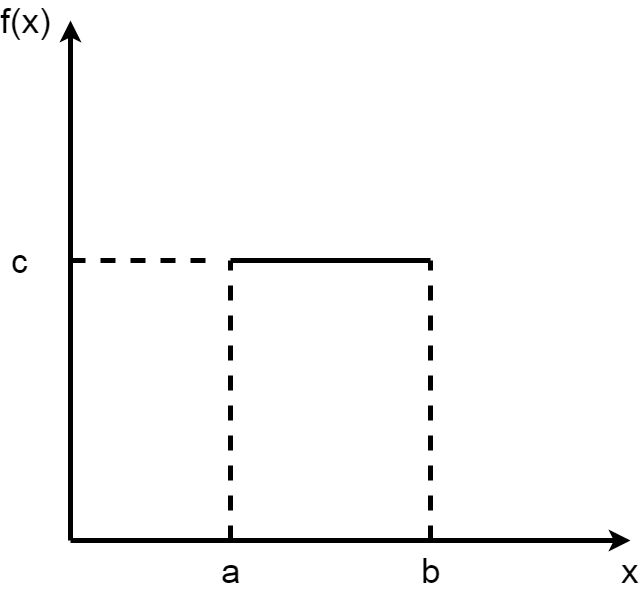
Above: Gr.png in ArseniyIFMO/TEX (draw.io), before the change. Source tidied: cells renumbered, new cells last; positions are measured from the earlier drawing's top-left corner, leaving out a move shared by most shapes. Its diagram source:
```xml
<mxGraphModel>
  <root>
    <mxCell id="0" />
    <mxCell id="1" parent="0" />
    <mxCell id="2" style="endArrow=classic;html=1;fontSize=35;strokeWidth=5;" parent="1" edge="1">
      <mxGeometry relative="1" as="geometry">
        <mxPoint x="60" y="530" as="sourcePoint" />
        <mxPoint x="60" y="10" as="targetPoint" />
      </mxGeometry>
    </mxCell>
    <mxCell id="3" style="endArrow=classic;html=1;fontSize=35;strokeWidth=5;" parent="1" edge="1">
      <mxGeometry relative="1" as="geometry">
        <mxPoint x="60" y="530" as="sourcePoint" />
        <mxPoint x="620" y="530" as="targetPoint" />
      </mxGeometry>
    </mxCell>
    <mxCell id="4" style="endArrow=none;html=1;fontSize=35;strokeWidth=5;" parent="1" edge="1">
      <mxGeometry relative="1" as="geometry">
        <mxPoint x="220" y="250" as="sourcePoint" />
        <mxPoint x="420" y="250" as="targetPoint" />
      </mxGeometry>
    </mxCell>
    <mxCell id="5" style="endArrow=none;dashed=1;html=1;jumpSize=12;fontSize=35;strokeWidth=5;" parent="1" edge="1">
      <mxGeometry relative="1" as="geometry">
        <mxPoint x="220" y="530" as="sourcePoint" />
        <mxPoint x="220" y="250" as="targetPoint" />
      </mxGeometry>
    </mxCell>
    <mxCell id="6" style="endArrow=none;dashed=1;html=1;fontSize=35;strokeWidth=5;" parent="1" edge="1">
      <mxGeometry relative="1" as="geometry">
        <mxPoint x="420" y="530" as="sourcePoint" />
        <mxPoint x="420" y="250" as="targetPoint" />
      </mxGeometry>
    </mxCell>
    <mxCell id="7" style="endArrow=none;dashed=1;html=1;jumpSize=12;fontSize=35;strokeWidth=5;" parent="1" edge="1">
      <mxGeometry relative="1" as="geometry">
        <mxPoint x="60" y="250" as="sourcePoint" />
        <mxPoint x="210" y="250" as="targetPoint" />
      </mxGeometry>
    </mxCell>
    <mxCell id="8" value="a" style="text;html=1;align=center;verticalAlign=middle;fillColor=none;strokeColor=none;rounded=0;fontSize=35;strokeWidth=5;" parent="1" vertex="1">
      <mxGeometry x="210" y="550" width="20" height="20" as="geometry" />
    </mxCell>
    <mxCell id="9" value="b" style="text;html=1;align=center;verticalAlign=middle;fillColor=none;strokeColor=none;rounded=0;fontSize=35;strokeWidth=5;" parent="1" vertex="1">
      <mxGeometry x="410" y="550" width="20" height="20" as="geometry" />
    </mxCell>
    <mxCell id="10" value="c" style="text;html=1;align=center;verticalAlign=middle;fillColor=none;strokeColor=none;rounded=0;fontSize=35;strokeWidth=5;" parent="1" vertex="1">
      <mxGeometry y="240" width="20" height="20" as="geometry" />
    </mxCell>
    <mxCell id="11" value="x" style="text;html=1;align=center;verticalAlign=middle;fillColor=none;strokeColor=none;rounded=0;fontSize=35;" parent="1" vertex="1">
      <mxGeometry x="610" y="550" width="20" height="20" as="geometry" />
    </mxCell>
    <mxCell id="12" value="f(x)" style="text;html=1;align=center;verticalAlign=middle;fillColor=none;strokeColor=none;rounded=0;fontSize=35;strokeWidth=5;" parent="1" vertex="1">
      <mxGeometry width="30" height="20" as="geometry" />
    </mxCell>
  </root>
</mxGraphModel>
```
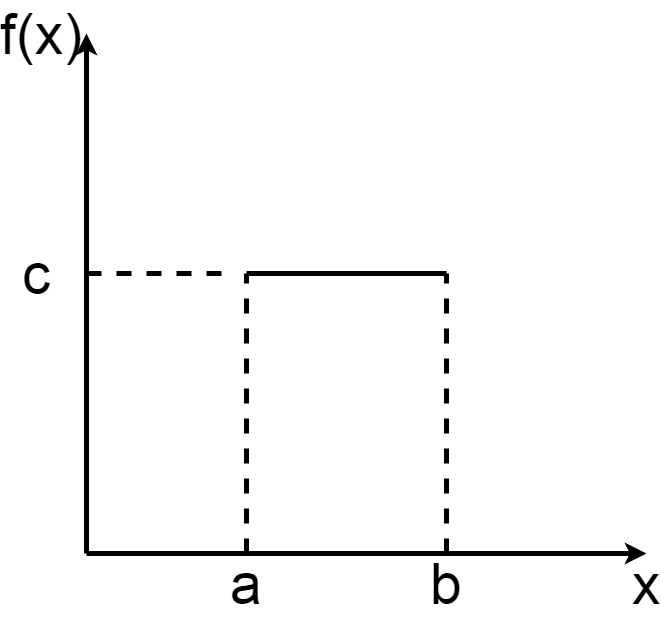
After the change.

Change to the diagram source:
```diff
@@ -38,19 +38,19 @@
         <mxPoint x="210" y="250" as="targetPoint" />
       </mxGeometry>
     </mxCell>
-    <mxCell id="8" value="a" style="text;html=1;align=center;verticalAlign=middle;fillColor=none;strokeColor=none;rounded=0;fontSize=35;strokeWidth=5;" parent="1" vertex="1">
+    <mxCell id="8" value="a" style="text;html=1;align=center;verticalAlign=middle;fillColor=none;strokeColor=none;rounded=0;fontSize=57;strokeWidth=5;" parent="1" vertex="1">
       <mxGeometry x="210" y="550" width="20" height="20" as="geometry" />
     </mxCell>
-    <mxCell id="9" value="b" style="text;html=1;align=center;verticalAlign=middle;fillColor=none;strokeColor=none;rounded=0;fontSize=35;strokeWidth=5;" parent="1" vertex="1">
+    <mxCell id="9" value="b" style="text;html=1;align=center;verticalAlign=middle;fillColor=none;strokeColor=none;rounded=0;fontSize=57;strokeWidth=5;" parent="1" vertex="1">
       <mxGeometry x="410" y="550" width="20" height="20" as="geometry" />
     </mxCell>
-    <mxCell id="10" value="c" style="text;html=1;align=center;verticalAlign=middle;fillColor=none;strokeColor=none;rounded=0;fontSize=35;strokeWidth=5;" parent="1" vertex="1">
+    <mxCell id="10" value="c" style="text;html=1;align=center;verticalAlign=middle;fillColor=none;strokeColor=none;rounded=0;fontSize=57;strokeWidth=5;" parent="1" vertex="1">
       <mxGeometry y="240" width="20" height="20" as="geometry" />
     </mxCell>
-    <mxCell id="11" value="x" style="text;html=1;align=center;verticalAlign=middle;fillColor=none;strokeColor=none;rounded=0;fontSize=35;" parent="1" vertex="1">
+    <mxCell id="11" value="x" style="text;html=1;align=center;verticalAlign=middle;fillColor=none;strokeColor=none;rounded=0;fontSize=57;strokeWidth=5;" parent="1" vertex="1">
       <mxGeometry x="610" y="550" width="20" height="20" as="geometry" />
     </mxCell>
-    <mxCell id="12" value="f(x)" style="text;html=1;align=center;verticalAlign=middle;fillColor=none;strokeColor=none;rounded=0;fontSize=35;strokeWidth=5;" parent="1" vertex="1">
+    <mxCell id="12" value="f(x)" style="text;html=1;align=center;verticalAlign=middle;fillColor=none;strokeColor=none;rounded=0;fontSize=57;strokeWidth=5;" parent="1" vertex="1">
       <mxGeometry width="30" height="20" as="geometry" />
     </mxCell>
   </root>
```
